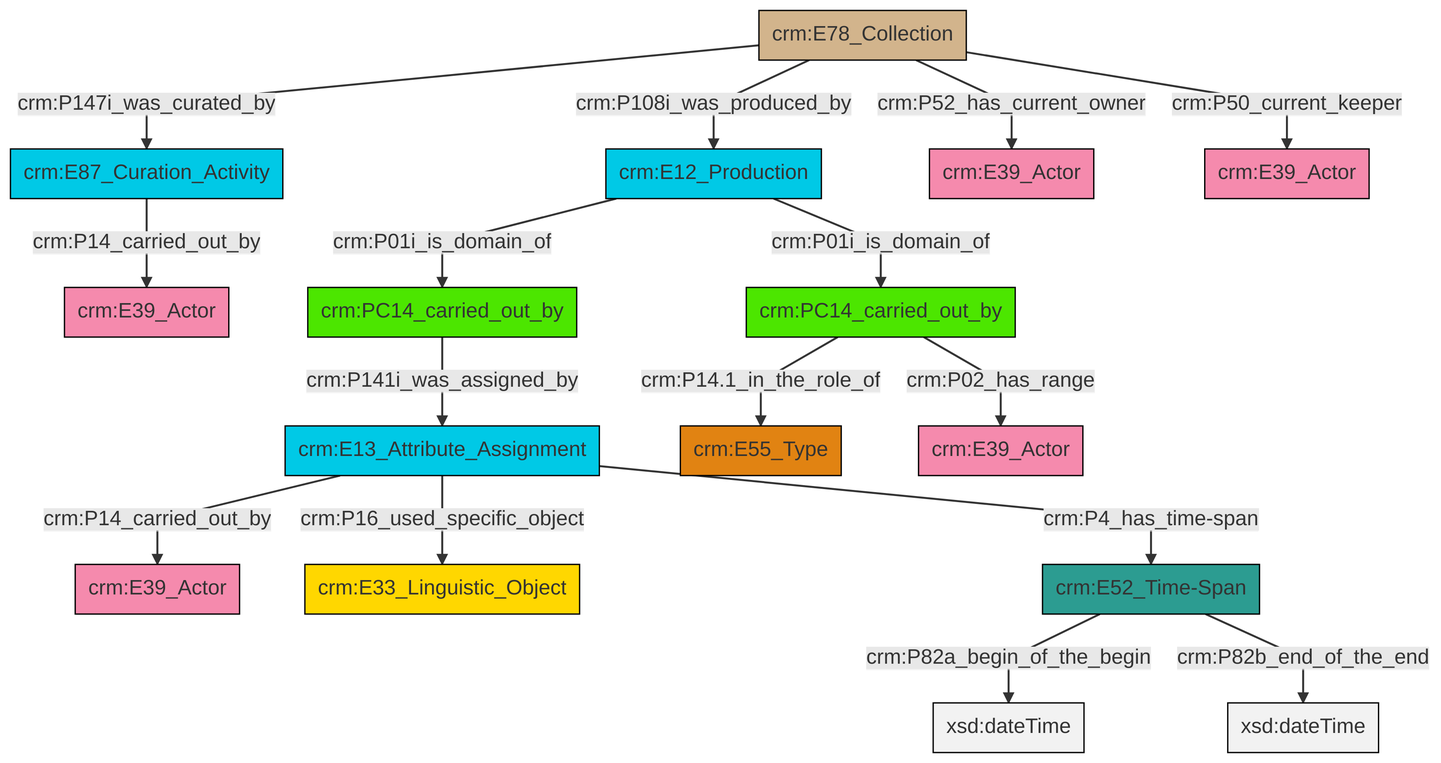
Before: et/archivalCSV/ttl/mmd/png/archival_relation.png, a diagram exported from Mermaid (swiss-art-research-net/docs.swissartresearch). Its source is kept beside it as et/archivalCSV/ttl/mmd/archival_relation.ttl.mmd.
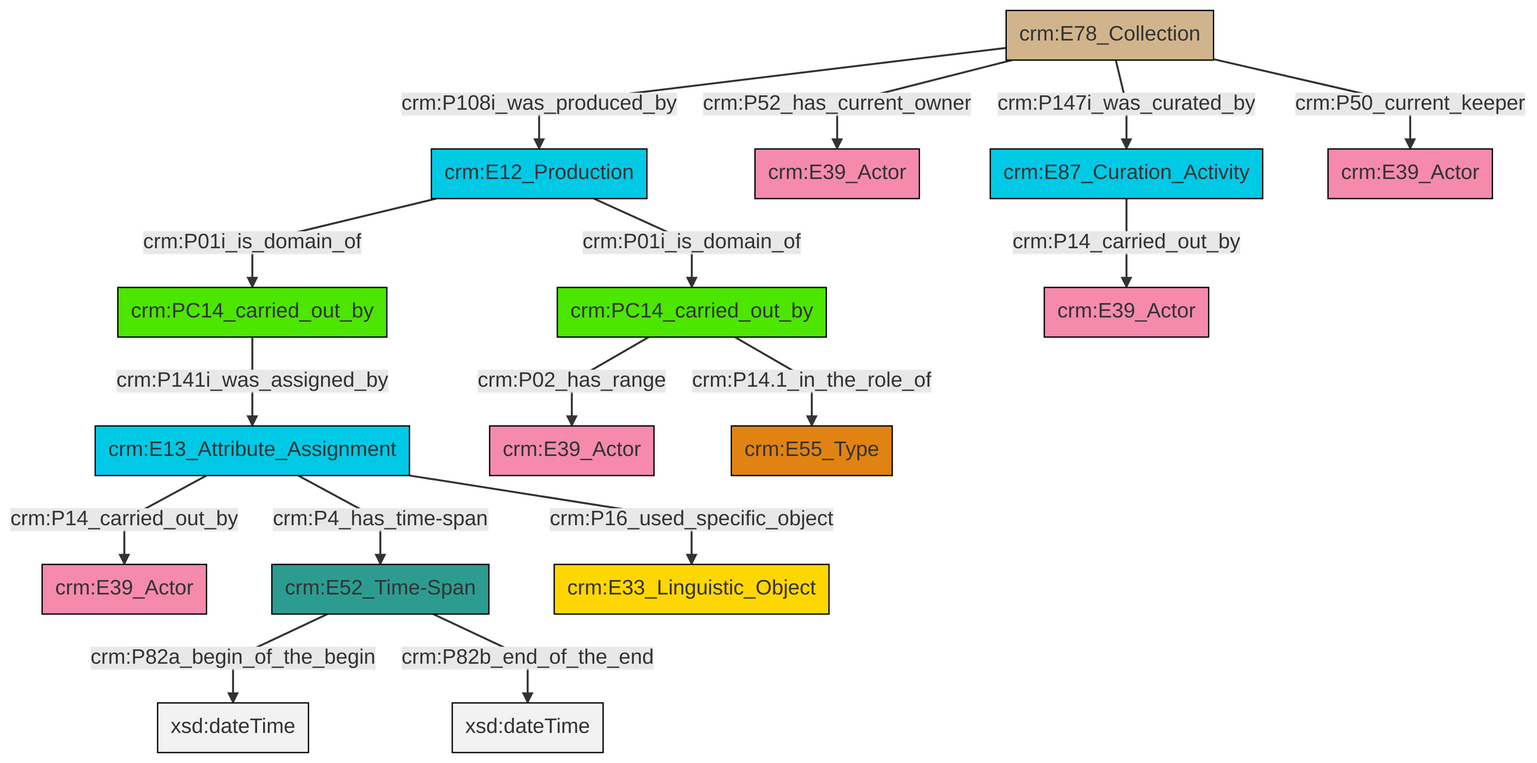
After the change.

Diff of the diagram source:
```diff
@@ -13,18 +13,18 @@
 classDef PC_Classes fill:#4ce600, stroke:#000000;
 classDef Multi fill:#cccccc,stroke:#000000;
 
-0["crm:E12_Production"]:::Temporal_Entity -->|crm:P01i_is_domain_of| 1["crm:PC14_carried_out_by"]:::PC_Classes
-7["crm:PC14_carried_out_by"]:::PC_Classes -->|crm:P14.1_in_the_role_of| 8["crm:E55_Type"]:::Type
-9["crm:E78_Collection"]:::Physical_Thing -->|crm:P147i_was_curated_by| 2["crm:E87_Curation_Activity"]:::Temporal_Entity
-9["crm:E78_Collection"]:::Physical_Thing -->|crm:P108i_was_produced_by| 0["crm:E12_Production"]:::Temporal_Entity
-13["crm:E13_Attribute_Assignment"]:::Temporal_Entity -->|crm:P14_carried_out_by| 5["crm:E39_Actor"]:::Actor
-9["crm:E78_Collection"]:::Physical_Thing -->|crm:P52_has_current_owner| 10["crm:E39_Actor"]:::Actor
-13["crm:E13_Attribute_Assignment"]:::Temporal_Entity -->|crm:P16_used_specific_object| 15["crm:E33_Linguistic_Object"]:::Conceptual_Object
-16["crm:E52_Time-Span"]:::Time-Span -->|crm:P82a_begin_of_the_begin| 17[xsd:dateTime]:::Literal
-7["crm:PC14_carried_out_by"]:::PC_Classes -->|crm:P02_has_range| 18["crm:E39_Actor"]:::Actor
-0["crm:E12_Production"]:::Temporal_Entity -->|crm:P01i_is_domain_of| 7["crm:PC14_carried_out_by"]:::PC_Classes
-16["crm:E52_Time-Span"]:::Time-Span -->|crm:P82b_end_of_the_end| 21[xsd:dateTime]:::Literal
-9["crm:E78_Collection"]:::Physical_Thing -->|crm:P50_current_keeper| 22["crm:E39_Actor"]:::Actor
-13["crm:E13_Attribute_Assignment"]:::Temporal_Entity -->|crm:P4_has_time-span| 16["crm:E52_Time-Span"]:::Time-Span
-2["crm:E87_Curation_Activity"]:::Temporal_Entity -->|crm:P14_carried_out_by| 19["crm:E39_Actor"]:::Actor
-1["crm:PC14_carried_out_by"]:::PC_Classes -->|crm:P141i_was_assigned_by| 13["crm:E13_Attribute_Assignment"]:::Temporal_Entity
+2["crm:E13_Attribute_Assignment"]:::Temporal_Entity -->|crm:P14_carried_out_by| 3["crm:E39_Actor"]:::Actor
+6["crm:PC14_carried_out_by"]:::PC_Classes -->|crm:P02_has_range| 4["crm:E39_Actor"]:::Actor
+2["crm:E13_Attribute_Assignment"]:::Temporal_Entity -->|crm:P16_used_specific_object| 11["crm:E33_Linguistic_Object"]:::Conceptual_Object
+14["crm:E78_Collection"]:::Physical_Thing -->|crm:P108i_was_produced_by| 15["crm:E12_Production"]:::Temporal_Entity
+15["crm:E12_Production"]:::Temporal_Entity -->|crm:P01i_is_domain_of| 17["crm:PC14_carried_out_by"]:::PC_Classes
+2["crm:E13_Attribute_Assignment"]:::Temporal_Entity -->|crm:P4_has_time-span| 8["crm:E52_Time-Span"]:::Time-Span
+14["crm:E78_Collection"]:::Physical_Thing -->|crm:P52_has_current_owner| 12["crm:E39_Actor"]:::Actor
+14["crm:E78_Collection"]:::Physical_Thing -->|crm:P147i_was_curated_by| 0["crm:E87_Curation_Activity"]:::Temporal_Entity
+6["crm:PC14_carried_out_by"]:::PC_Classes -->|crm:P14.1_in_the_role_of| 20["crm:E55_Type"]:::Type
+17["crm:PC14_carried_out_by"]:::PC_Classes -->|crm:P141i_was_assigned_by| 2["crm:E13_Attribute_Assignment"]:::Temporal_Entity
+8["crm:E52_Time-Span"]:::Time-Span -->|crm:P82a_begin_of_the_begin| 25[xsd:dateTime]:::Literal
+0["crm:E87_Curation_Activity"]:::Temporal_Entity -->|crm:P14_carried_out_by| 23["crm:E39_Actor"]:::Actor
+14["crm:E78_Collection"]:::Physical_Thing -->|crm:P50_current_keeper| 21["crm:E39_Actor"]:::Actor
+8["crm:E52_Time-Span"]:::Time-Span -->|crm:P82b_end_of_the_end| 29[xsd:dateTime]:::Literal
+15["crm:E12_Production"]:::Temporal_Entity -->|crm:P01i_is_domain_of| 6["crm:PC14_carried_out_by"]:::PC_Classes
```
